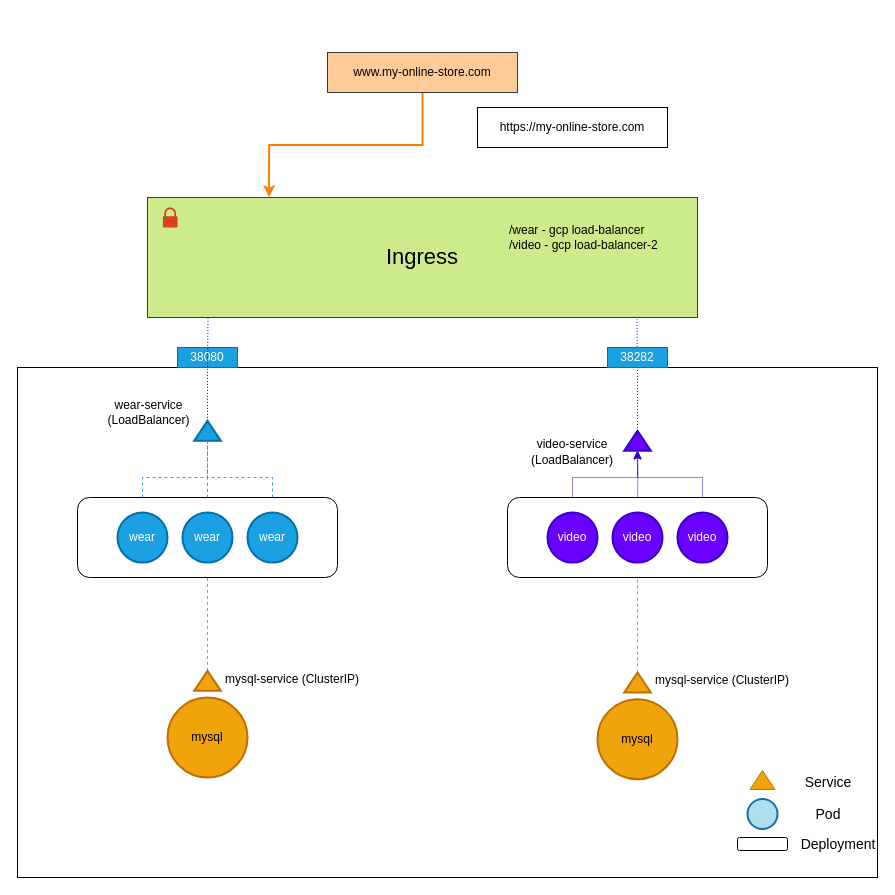
Before: page "GCP Ingress - 2" (8 of 8) of assets/networking.drawio in aditya109/journey-CKA, a draw.io diagram. Source tidied: cells renumbered, new cells numbered last; positions are measured from the earlier drawing's top-left corner, leaving out a move shared by most shapes. Both pictures are drawn from the tidied source at 100%, with x=0, y=0 at pixel (17, 52).
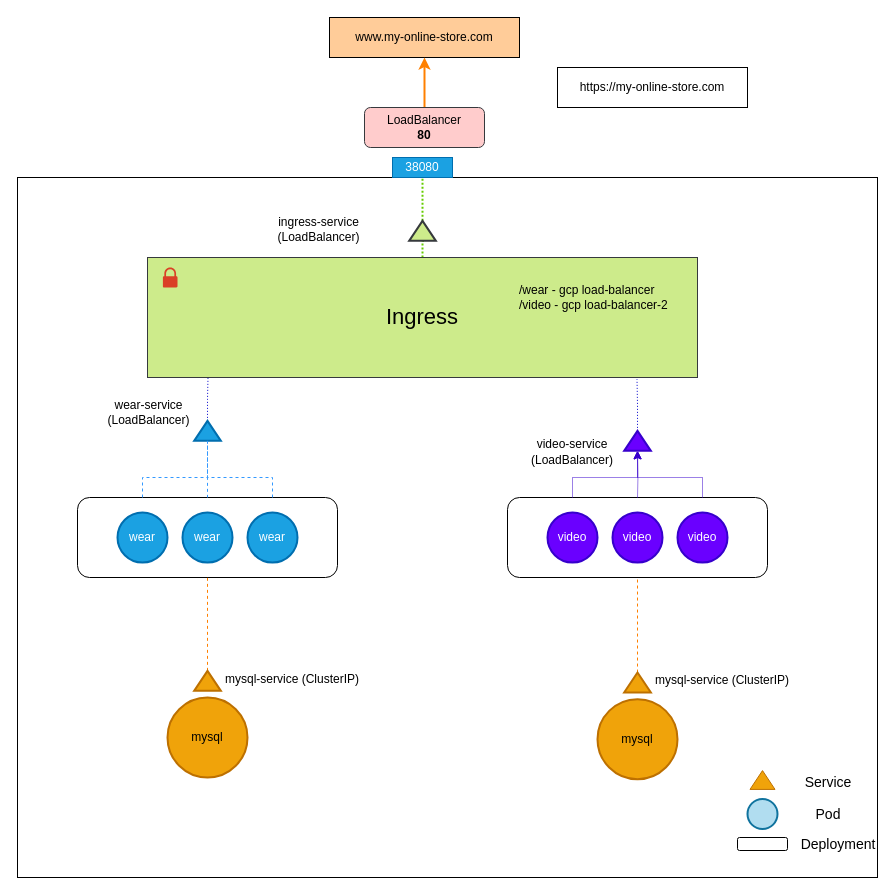
The same diagram, later.

The edit, as a diff of the source:
```diff
@@
-    <mxCell id="2" style="edgeStyle=orthogonalEdgeStyle;rounded=0;jettySize=auto;html=1;fontFamily=Helvetica;fontSize=22;endArrow=classic;endFill=1;strokeColor=#FF8000;strokeWidth=2;fillColor=#3399FF;entryX=0.221;entryY=-0.003;entryDx=0;entryDy=0;entryPerimeter=0;" parent="1" edge="1" source="3" target="42">
-      <mxGeometry relative="1" as="geometry" />
-    </mxCell>
-    <mxCell id="3" value="www.my-online-store.com" style="rounded=0;whiteSpace=wrap;html=1;fillColor=#ffcc99;strokeColor=#36393d;" parent="1" vertex="1">
-      <mxGeometry x="310" width="190" height="40" as="geometry" />
+    <mxCell id="3" value="www.my-online-store.com" style="rounded=0;whiteSpace=wrap;html=1;fillColor=#FFCC99;strokeColor=#000000;" parent="1" vertex="1">
+      <mxGeometry x="312" y="-35" width="190" height="40" as="geometry" />
     </mxCell>
     <mxCell id="4" style="rounded=0;whiteSpace=wrap;html=1;" parent="1" vertex="1">
-      <mxGeometry y="315" width="860" height="510" as="geometry" />
+      <mxGeometry y="125" width="860" height="700" as="geometry" />
     </mxCell>
     <mxCell id="5" value="38080" style="rounded=0;whiteSpace=wrap;html=1;fillColor=#1ba1e2;strokeColor=#006EAF;fontColor=#ffffff;" parent="1" vertex="1">
-      <mxGeometry x="160" y="295" width="60" height="20" as="geometry" />
+      <mxGeometry x="375" y="105" width="60" height="20" as="geometry" />
     </mxCell>
@@
-    <mxCell id="36" value="38282" style="rounded=0;whiteSpace=wrap;html=1;fillColor=#1ba1e2;strokeColor=#006EAF;fontColor=#ffffff;" parent="1" vertex="1">
-      <mxGeometry x="590" y="295" width="60" height="20" as="geometry" />
-    </mxCell>
@@
     <mxCell id="41" value="https://my-online-store.com" style="rounded=0;whiteSpace=wrap;html=1;" parent="1" vertex="1">
-      <mxGeometry x="460" y="55" width="190" height="40" as="geometry" />
+      <mxGeometry x="540" y="15" width="190" height="40" as="geometry" />
     </mxCell>
+    <mxCell id="45" style="edgeStyle=orthogonalEdgeStyle;rounded=0;jettySize=auto;html=1;entryX=0;entryY=0.5;entryDx=0;entryDy=0;dashed=1;fontFamily=Helvetica;fontSize=12;endArrow=none;endFill=0;strokeColor=#66CC00;strokeWidth=2;fillColor=#3399FF;dashPattern=1 1;" parent="1" edge="1" source="42" target="47">
+      <mxGeometry relative="1" as="geometry">
+        <Array as="points">
+          <mxPoint x="405" y="178" />
+          <mxPoint x="407" y="178" />
+        </Array>
+      </mxGeometry>
+    </mxCell>
     <mxCell id="42" value="&lt;font style=&quot;font-size: 22px&quot;&gt;Ingress&lt;/font&gt;" style="rounded=0;whiteSpace=wrap;html=1;fontFamily=Helvetica;fontSize=12;align=center;fillColor=#cdeb8b;strokeColor=#36393d;" parent="1" vertex="1">
-      <mxGeometry x="130" y="145" width="550" height="120" as="geometry" />
+      <mxGeometry x="130" y="205" width="550" height="120" as="geometry" />
     </mxCell>
     <mxCell id="43" style="sketch=0;shadow=0;dashed=0;html=1;strokeColor=none;labelPosition=center;verticalLabelPosition=bottom;verticalAlign=top;align=center;shape=mxgraph.office.security.lock_protected;fillColor=#DA4026;fontFamily=Helvetica;fontSize=12;" parent="1" vertex="1">
-      <mxGeometry x="145.4" y="155" width="14.6" height="20" as="geometry" />
+      <mxGeometry x="145.4" y="215" width="14.6" height="20" as="geometry" />
     </mxCell>
     <mxCell id="44" value="/wear - gcp load-balancer&lt;br&gt;/video - gcp load-balancer-2" style="text;html=1;strokeColor=none;fillColor=none;align=left;verticalAlign=middle;whiteSpace=wrap;rounded=0;fontFamily=Helvetica;fontSize=12;" parent="1" vertex="1">
-      <mxGeometry x="490" y="165" width="170" height="40" as="geometry" />
+      <mxGeometry x="500" y="225" width="170" height="40" as="geometry" />
     </mxCell>
+    <mxCell id="46" style="edgeStyle=orthogonalEdgeStyle;rounded=0;jettySize=auto;html=1;fontFamily=Helvetica;fontSize=12;endArrow=none;endFill=0;strokeColor=#66CC00;strokeWidth=2;fillColor=#cdeb8b;dashed=1;dashPattern=1 1;" parent="1" edge="1" source="47" target="4">
+      <mxGeometry relative="1" as="geometry">
+        <Array as="points">
+          <mxPoint x="420" y="165" />
+          <mxPoint x="420" y="165" />
+        </Array>
+      </mxGeometry>
+    </mxCell>
+    <mxCell id="47" style="triangle;whiteSpace=wrap;html=1;strokeWidth=2;rotation=-90;fillColor=#cdeb8b;strokeColor=#36393d;" parent="1" vertex="1">
+      <mxGeometry x="395" y="165" width="20" height="26.7" as="geometry" />
+    </mxCell>
+    <mxCell id="48" value="ingress-service (LoadBalancer)" style="text;html=1;strokeColor=none;fillColor=none;align=center;verticalAlign=middle;whiteSpace=wrap;rounded=0;" parent="1" vertex="1">
+      <mxGeometry x="253" y="161.7" width="97" height="30" as="geometry" />
+    </mxCell>
+    <mxCell id="49" style="edgeStyle=orthogonalEdgeStyle;rounded=0;jettySize=auto;html=1;entryX=0.5;entryY=1;entryDx=0;entryDy=0;fontFamily=Helvetica;fontSize=12;endArrow=classic;endFill=1;strokeColor=#FF8000;strokeWidth=2;fillColor=#3399FF;" parent="1" edge="1" source="50" target="3">
+      <mxGeometry relative="1" as="geometry" />
+    </mxCell>
+    <mxCell id="50" value="LoadBalancer&lt;br&gt;&lt;b&gt;80&lt;/b&gt;" style="rounded=1;whiteSpace=wrap;html=1;fontFamily=Helvetica;fontSize=12;align=center;fillColor=#ffcccc;strokeColor=#36393d;" parent="1" vertex="1">
+      <mxGeometry x="347" y="55" width="120" height="40" as="geometry" />
+    </mxCell>
```
